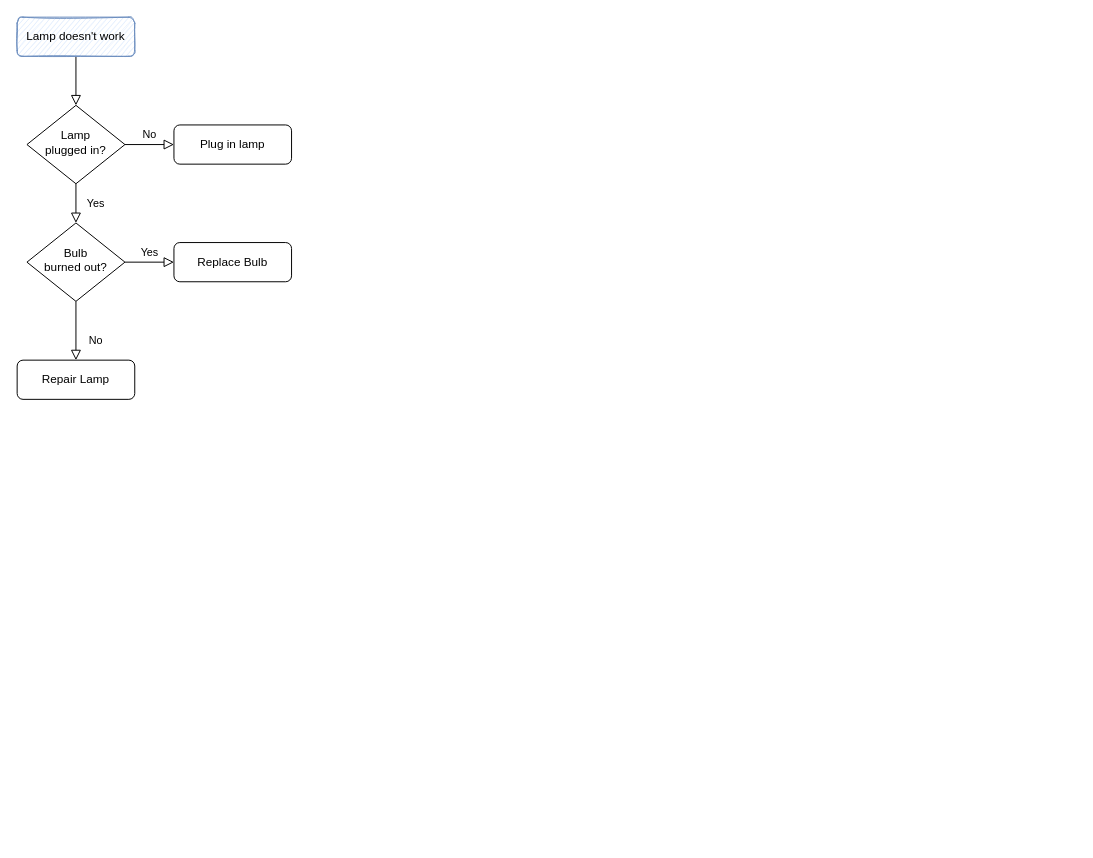
enjoy-snail/draw keeps this draw.io diagram as Untitled Diagram.drawio. Above is the earlier version. Source tidied: cells renumbered, new cells numbered last; positions are measured from the earlier drawing's top-left corner, leaving out a move shared by most shapes. Both pictures are drawn from the tidied source at 98%, with x=0, y=0 at pixel (17, 17).
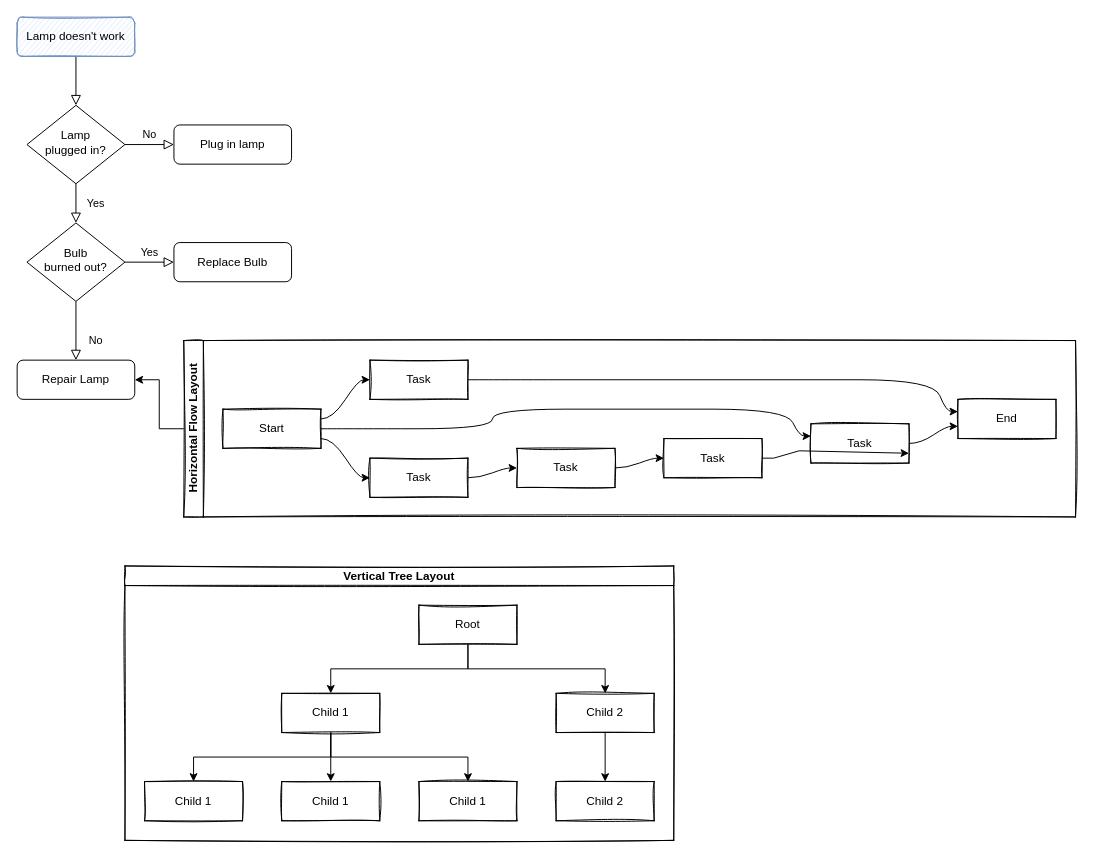
The same page after the edit.

Unchanged cells that the change refers to:
```xml
<mxCell id="11" value="Repair Lamp" style="rounded=1;whiteSpace=wrap;html=1;fontSize=12;glass=0;strokeWidth=1;shadow=0;" parent="1" vertex="1">
  <mxGeometry y="350" width="120" height="40" as="geometry" />
</mxCell>
```

What changed in the source:
```diff
@@
+    <mxCell id="13" style="edgeStyle=orthogonalEdgeStyle;rounded=0;jettySize=auto;html=1;" parent="1" edge="1" source="14" target="11">
+      <mxGeometry relative="1" as="geometry" />
+    </mxCell>
+    <mxCell id="14" value="Horizontal Flow Layout" style="swimlane;html=1;startSize=20;horizontal=0;flowOrientation=west;interRankCellSpacing=50;containerType=tree;sketch=1;" parent="1" vertex="1">
+      <mxGeometry x="170" y="330" width="910" height="180" as="geometry" />
+    </mxCell>
+    <mxCell id="15" value="Start" style="whiteSpace=wrap;html=1;sketch=1;" parent="14" vertex="1">
+      <mxGeometry x="40" y="70" width="100" height="40" as="geometry" />
+    </mxCell>
+    <mxCell id="16" value="Task" style="whiteSpace=wrap;html=1;sketch=1;" parent="14" vertex="1">
+      <mxGeometry x="190" y="20" width="100" height="40" as="geometry" />
+    </mxCell>
+    <mxCell id="17" style="html=1;curved=1;rounded=0;noEdgeStyle=1;orthogonal=1;" parent="14" edge="1" source="15" target="16">
+      <mxGeometry relative="1" as="geometry">
+        <Array as="points">
+          <mxPoint x="152" y="80" />
+          <mxPoint x="178" y="40" />
+        </Array>
+      </mxGeometry>
+    </mxCell>
+    <mxCell id="18" value="Task" style="whiteSpace=wrap;html=1;sketch=1;" parent="14" vertex="1">
+      <mxGeometry x="640" y="85" width="100" height="40" as="geometry" />
+    </mxCell>
+    <mxCell id="19" style="html=1;curved=1;rounded=0;noEdgeStyle=1;orthogonal=1;" parent="14" edge="1" source="15" target="18">
+      <mxGeometry relative="1" as="geometry">
+        <Array as="points">
+          <mxPoint x="154" y="90" />
+          <mxPoint x="165" y="90" />
+          <mxPoint x="315" y="90" />
+          <mxPoint x="315" y="70" />
+          <mxPoint x="465" y="70" />
+          <mxPoint x="465" y="70" />
+          <mxPoint x="615" y="70" />
+          <mxPoint x="628" y="97.5" />
+        </Array>
+      </mxGeometry>
+    </mxCell>
+    <mxCell id="20" value="End" style="whiteSpace=wrap;html=1;sketch=1;" parent="14" vertex="1">
+      <mxGeometry x="790" y="60" width="100" height="40" as="geometry" />
+    </mxCell>
+    <mxCell id="21" style="html=1;curved=1;rounded=0;noEdgeStyle=1;orthogonal=1;" parent="14" edge="1" source="16" target="20">
+      <mxGeometry relative="1" as="geometry">
+        <Array as="points">
+          <mxPoint x="302" y="40" />
+          <mxPoint x="315" y="40" />
+          <mxPoint x="465" y="40" />
+          <mxPoint x="465" y="40" />
+          <mxPoint x="615" y="40" />
+          <mxPoint x="615" y="40" />
+          <mxPoint x="765" y="40" />
+          <mxPoint x="778" y="72.5" />
+        </Array>
+      </mxGeometry>
+    </mxCell>
+    <mxCell id="22" style="html=1;curved=1;rounded=0;noEdgeStyle=1;orthogonal=1;" parent="14" edge="1" source="18" target="20">
+      <mxGeometry relative="1" as="geometry">
+        <Array as="points">
+          <mxPoint x="752" y="105" />
+          <mxPoint x="778" y="87.5" />
+        </Array>
+      </mxGeometry>
+    </mxCell>
+    <mxCell id="23" style="html=1;curved=1;rounded=0;noEdgeStyle=1;orthogonal=1;" parent="14" edge="1" source="15" target="24">
+      <mxGeometry relative="1" as="geometry">
+        <Array as="points">
+          <mxPoint x="152" y="100" />
+          <mxPoint x="178" y="140" />
+        </Array>
+      </mxGeometry>
+    </mxCell>
+    <mxCell id="24" value="Task" style="whiteSpace=wrap;html=1;sketch=1;" parent="14" vertex="1">
+      <mxGeometry x="190" y="120" width="100" height="40" as="geometry" />
+    </mxCell>
+    <mxCell id="25" style="html=1;curved=1;rounded=0;noEdgeStyle=1;orthogonal=1;" parent="14" edge="1" source="24" target="29">
+      <mxGeometry relative="1" as="geometry">
+        <Array as="points">
+          <mxPoint x="302" y="140" />
+          <mxPoint x="328" y="130" />
+        </Array>
+      </mxGeometry>
+    </mxCell>
+    <mxCell id="26" style="edgeStyle=orthogonalEdgeStyle;rounded=0;jettySize=auto;html=1;entryX=1;entryY=0.75;entryDx=0;entryDy=0;noEdgeStyle=1;orthogonal=1;" parent="14" edge="1" source="27" target="18">
+      <mxGeometry relative="1" as="geometry">
+        <Array as="points">
+          <mxPoint x="602" y="120" />
+          <mxPoint x="628" y="112.5" />
+        </Array>
+      </mxGeometry>
+    </mxCell>
+    <mxCell id="27" value="Task" style="whiteSpace=wrap;html=1;sketch=1;" parent="14" vertex="1">
+      <mxGeometry x="490" y="100" width="100" height="40" as="geometry" />
+    </mxCell>
+    <mxCell id="28" style="html=1;curved=1;rounded=0;noEdgeStyle=1;orthogonal=1;" parent="14" edge="1" source="29" target="27">
+      <mxGeometry relative="1" as="geometry">
+        <Array as="points">
+          <mxPoint x="452" y="130" />
+          <mxPoint x="478" y="120" />
+        </Array>
+      </mxGeometry>
+    </mxCell>
+    <mxCell id="29" value="Task" style="whiteSpace=wrap;html=1;sketch=1;" parent="14" vertex="1">
+      <mxGeometry x="340" y="110" width="100" height="40" as="geometry" />
+    </mxCell>
+    <mxCell id="30" value="Vertical Tree Layout" style="swimlane;startSize=20;horizontal=1;horizontalTree=0;containerType=tree;sketch=1;" parent="1" vertex="1">
+      <mxGeometry x="110" y="560" width="560" height="280" as="geometry" />
+    </mxCell>
+    <mxCell id="31" value="Root" style="whiteSpace=wrap;html=1;sketch=1;" parent="30" vertex="1">
+      <mxGeometry x="300" y="40" width="100" height="40" as="geometry" />
+    </mxCell>
+    <mxCell id="32" value="Child 1" style="whiteSpace=wrap;html=1;sketch=1;" parent="30" vertex="1">
+      <mxGeometry x="160" y="130" width="100" height="40" as="geometry" />
+    </mxCell>
+    <mxCell id="33" style="edgeStyle=elbowEdgeStyle;elbow=vertical;html=1;rounded=0;" parent="30" edge="1" source="31" target="32">
+      <mxGeometry relative="1" as="geometry" />
+    </mxCell>
+    <mxCell id="34" value="Child 2" style="whiteSpace=wrap;html=1;sketch=1;" parent="30" vertex="1">
+      <mxGeometry x="440" y="130" width="100" height="40" as="geometry" />
+    </mxCell>
+    <mxCell id="35" style="edgeStyle=elbowEdgeStyle;elbow=vertical;html=1;rounded=0;" parent="30" edge="1" source="31" target="34">
+      <mxGeometry relative="1" as="geometry" />
+    </mxCell>
+    <mxCell id="36" style="edgeStyle=elbowEdgeStyle;elbow=vertical;html=1;rounded=0;" parent="30" edge="1" source="34" target="37">
+      <mxGeometry relative="1" as="geometry" />
+    </mxCell>
+    <mxCell id="37" value="Child 2" style="whiteSpace=wrap;html=1;sketch=1;" parent="30" vertex="1">
+      <mxGeometry x="440" y="220" width="100" height="40" as="geometry" />
+    </mxCell>
+    <mxCell id="38" style="edgeStyle=elbowEdgeStyle;elbow=vertical;html=1;rounded=0;" parent="30" edge="1" source="32" target="39">
+      <mxGeometry relative="1" as="geometry" />
+    </mxCell>
+    <mxCell id="39" value="Child 1" style="whiteSpace=wrap;html=1;sketch=1;" parent="30" vertex="1">
+      <mxGeometry x="20" y="220" width="100" height="40" as="geometry" />
+    </mxCell>
+    <mxCell id="40" style="edgeStyle=elbowEdgeStyle;elbow=vertical;html=1;rounded=0;" parent="30" edge="1" source="32" target="41">
+      <mxGeometry relative="1" as="geometry" />
+    </mxCell>
+    <mxCell id="41" value="Child 1" style="whiteSpace=wrap;html=1;sketch=1;" parent="30" vertex="1">
+      <mxGeometry x="160" y="220" width="100" height="40" as="geometry" />
+    </mxCell>
+    <mxCell id="42" style="edgeStyle=elbowEdgeStyle;elbow=vertical;html=1;rounded=0;" parent="30" edge="1" source="32" target="43">
+      <mxGeometry relative="1" as="geometry" />
+    </mxCell>
+    <mxCell id="43" value="Child 1" style="whiteSpace=wrap;html=1;sketch=1;" parent="30" vertex="1">
+      <mxGeometry x="300" y="220" width="100" height="40" as="geometry" />
+    </mxCell>
```
